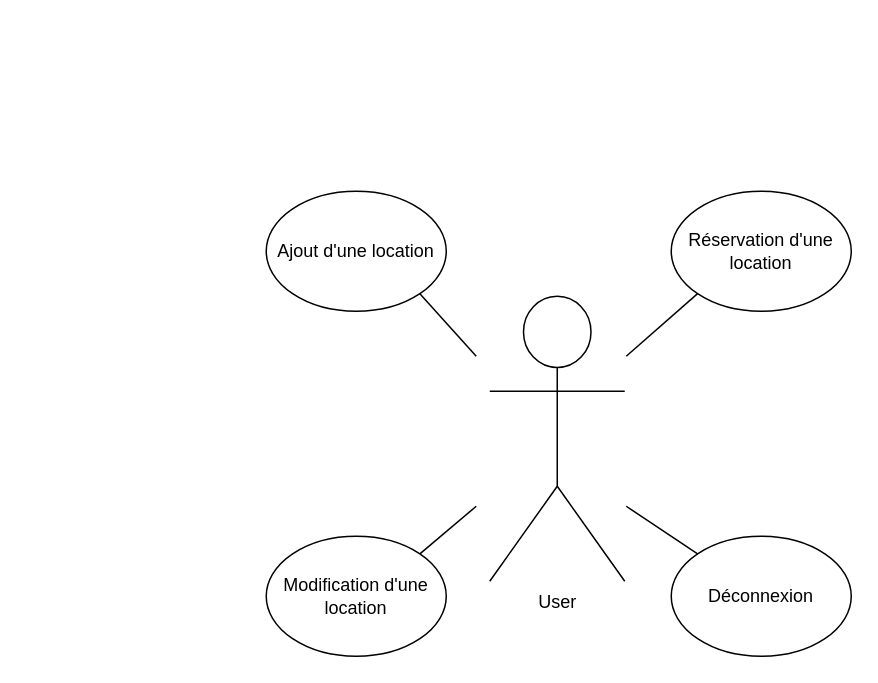
AxelPittet/TPI_2023 keeps this draw.io diagram as Documentation/UseCases - Scenarios/UseCases/UseCases - User.drawio. Above is the earlier version. Source tidied: cells renumbered, new cells numbered last; positions are measured from the earlier drawing's top-left corner, leaving out a move shared by most shapes. Both pictures are drawn from the tidied source at 150%, with x=0, y=0 at pixel (266, 190).
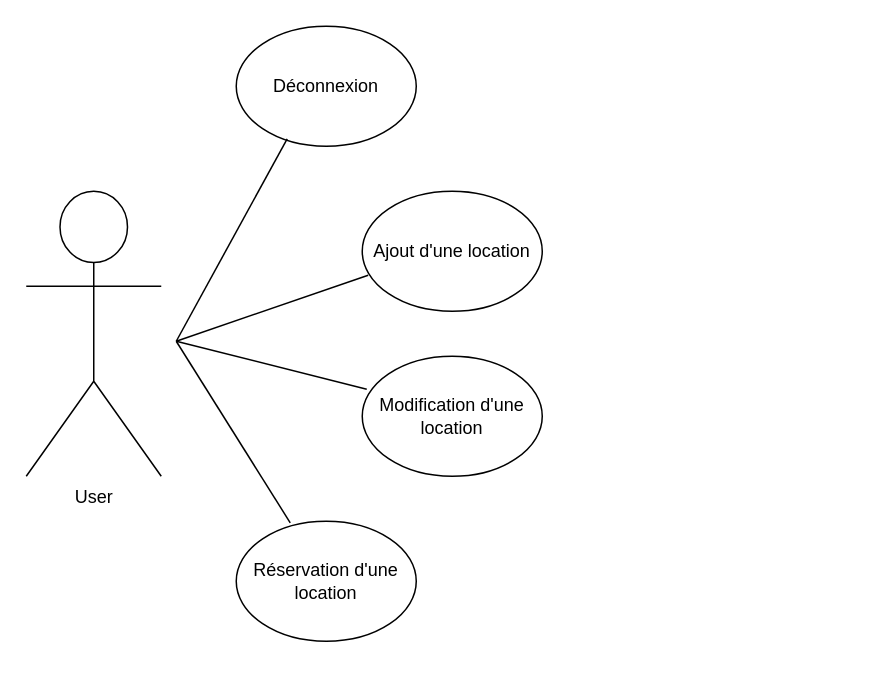
After the change.

Commit message (it also covers changes not shown here):
Re-schématisation des use cases

What changed in the source:
```diff
@@
 <mxGraphModel>
   <root>
     <mxCell id="0" />
     <mxCell id="1" parent="0" />
     <mxCell id="2" value="User" style="shape=umlActor;verticalLabelPosition=bottom;verticalAlign=top;html=1;" parent="1" vertex="1">
-      <mxGeometry x="149" y="70" width="90" height="190" as="geometry" />
+      <mxGeometry x="-160" width="90" height="190" as="geometry" />
     </mxCell>
     <mxCell id="3" value="Ajout d'une location" style="ellipse;whiteSpace=wrap;html=1;" parent="1" vertex="1">
-      <mxGeometry width="120" height="80" as="geometry" />
+      <mxGeometry x="64" width="120" height="80" as="geometry" />
     </mxCell>
     <mxCell id="4" value="&lt;div style=&quot;&quot;&gt;&lt;span style=&quot;background-color: initial;&quot;&gt;Modification d'une location&lt;/span&gt;&lt;/div&gt;" style="ellipse;whiteSpace=wrap;html=1;align=center;" parent="1" vertex="1">
-      <mxGeometry y="230" width="120" height="80" as="geometry" />
+      <mxGeometry x="64" y="110" width="120" height="80" as="geometry" />
     </mxCell>
     <mxCell id="5" value="&lt;span style=&quot;text-indent: -18pt; background-color: initial;&quot; lang=&quot;FR&quot;&gt;Réservation d'une location&lt;br&gt;&lt;/span&gt;" style="ellipse;whiteSpace=wrap;html=1;" parent="1" vertex="1">
-      <mxGeometry x="270" width="120" height="80" as="geometry" />
+      <mxGeometry x="-20" y="220" width="120" height="80" as="geometry" />
     </mxCell>
     <mxCell id="6" value="&lt;span style=&quot;text-indent: -18pt; background-color: initial;&quot; lang=&quot;FR&quot;&gt;Déconnexion&lt;br&gt;&lt;/span&gt;" style="ellipse;whiteSpace=wrap;html=1;" parent="1" vertex="1">
-      <mxGeometry x="270" y="230" width="120" height="80" as="geometry" />
+      <mxGeometry x="-20" y="-110" width="120" height="80" as="geometry" />
     </mxCell>
-    <mxCell id="7" style="endArrow=none;html=1;rounded=0;entryX=1;entryY=0;entryDx=0;entryDy=0;" parent="1" edge="1" target="4">
+    <mxCell id="7" style="endArrow=none;html=1;rounded=0;entryX=0.025;entryY=0.275;entryDx=0;entryDy=0;entryPerimeter=0;" parent="1" edge="1" target="4">
       <mxGeometry relative="1" as="geometry">
-        <mxPoint x="140" y="210" as="sourcePoint" />
+        <mxPoint x="-60" y="100" as="sourcePoint" />
       </mxGeometry>
     </mxCell>
-    <mxCell id="8" style="endArrow=none;html=1;rounded=0;entryX=1;entryY=1;entryDx=0;entryDy=0;" parent="1" edge="1" target="3">
+    <mxCell id="8" style="endArrow=none;html=1;rounded=0;entryX=0.033;entryY=0.7;entryDx=0;entryDy=0;entryPerimeter=0;" parent="1" edge="1" target="3">
       <mxGeometry relative="1" as="geometry">
-        <mxPoint x="140" y="110" as="sourcePoint" />
+        <mxPoint x="-60" y="100" as="sourcePoint" />
       </mxGeometry>
     </mxCell>
-    <mxCell id="9" style="endArrow=none;html=1;rounded=0;entryX=0;entryY=0;entryDx=0;entryDy=0;" parent="1" edge="1" target="6">
+    <mxCell id="9" style="endArrow=none;html=1;rounded=0;entryX=0.283;entryY=0.938;entryDx=0;entryDy=0;entryPerimeter=0;" parent="1" edge="1" target="6">
       <mxGeometry relative="1" as="geometry">
-        <mxPoint x="240" y="210" as="sourcePoint" />
+        <mxPoint x="-60" y="100" as="sourcePoint" />
       </mxGeometry>
     </mxCell>
-    <mxCell id="10" style="endArrow=none;html=1;rounded=0;entryX=0;entryY=1;entryDx=0;entryDy=0;" parent="1" edge="1" target="5">
+    <mxCell id="10" style="endArrow=none;html=1;rounded=0;entryX=0.3;entryY=0.013;entryDx=0;entryDy=0;entryPerimeter=0;" parent="1" edge="1" target="5">
       <mxGeometry relative="1" as="geometry">
-        <mxPoint x="240" y="110" as="sourcePoint" />
+        <mxPoint x="-60" y="100" as="sourcePoint" />
       </mxGeometry>
     </mxCell>
   </root>
 </mxGraphModel>
```
